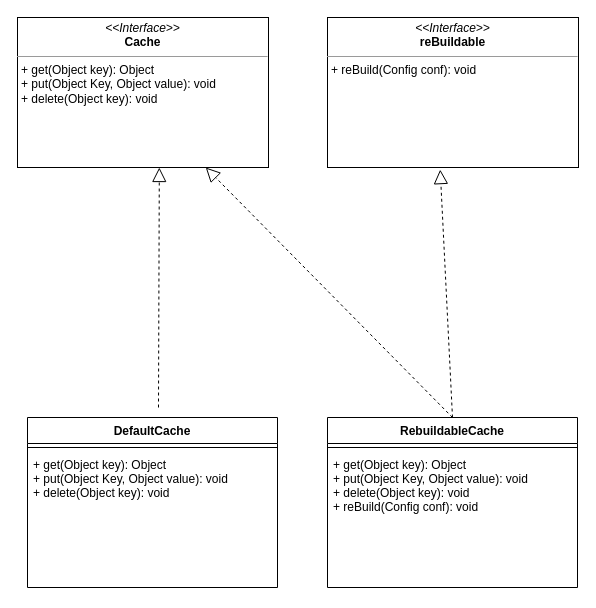
This is 第二周-Cache类图.drawio from hejian991/bigdata-notebook, a draw.io file, before an edit. Source tidied: cells renumbered, new cells numbered last; positions are measured from the earlier drawing's top-left corner, leaving out a move shared by most shapes. Both pictures are drawn from the tidied source at 100%, with x=0, y=0 at pixel (17, 17).
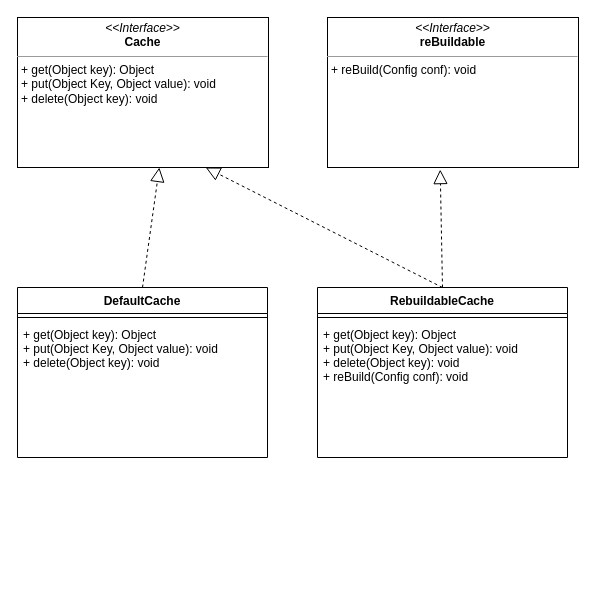
After the change.

Commit message (it also covers changes not shown here):
更新第二周-Cache类图.drawio

Change to the diagram source:
```diff
@@
 <mxGraphModel>
   <root>
     <mxCell id="0" />
     <mxCell id="1" parent="0" />
     <mxCell id="2" value="&lt;p style=&quot;margin: 0px ; margin-top: 4px ; text-align: center&quot;&gt;&lt;i&gt;&amp;lt;&amp;lt;Interface&amp;gt;&amp;gt;&lt;/i&gt;&lt;br&gt;&lt;b&gt;Cache&lt;/b&gt;&lt;/p&gt;&lt;hr size=&quot;1&quot;&gt;&lt;p style=&quot;margin: 0px ; margin-left: 4px&quot;&gt;+ get(Object key): Object&lt;br&gt;+ put(Object Key, Object value): void&lt;/p&gt;&lt;p style=&quot;margin: 0px ; margin-left: 4px&quot;&gt;+ delete(Object key): void&lt;/p&gt;" style="verticalAlign=top;align=left;overflow=fill;fontSize=12;fontFamily=Helvetica;html=1;" parent="1" vertex="1">
       <mxGeometry width="251" height="150" as="geometry" />
     </mxCell>
     <mxCell id="3" value="&lt;p style=&quot;margin: 0px ; margin-top: 4px ; text-align: center&quot;&gt;&lt;i&gt;&amp;lt;&amp;lt;Interface&amp;gt;&amp;gt;&lt;/i&gt;&lt;br&gt;&lt;b&gt;reBuildable&lt;/b&gt;&lt;/p&gt;&lt;hr size=&quot;1&quot;&gt;&lt;p style=&quot;margin: 0px ; margin-left: 4px&quot;&gt;+ reBuild(Config conf): void&lt;/p&gt;" style="verticalAlign=top;align=left;overflow=fill;fontSize=12;fontFamily=Helvetica;html=1;" parent="1" vertex="1">
       <mxGeometry x="310" width="251" height="150" as="geometry" />
     </mxCell>
     <mxCell id="4" style="endArrow=block;dashed=1;endFill=0;endSize=12;html=1;entryX=0.449;entryY=1.014;entryDx=0;entryDy=0;entryPerimeter=0;exitX=0.5;exitY=0;exitDx=0;exitDy=0;" parent="1" edge="1" source="5" target="3">
       <mxGeometry relative="1" as="geometry" />
     </mxCell>
     <mxCell id="5" value="RebuildableCache" style="swimlane;fontStyle=1;align=center;verticalAlign=top;horizontal=1;startSize=26;" parent="1" vertex="1">
-      <mxGeometry x="310" y="400" width="250" height="170" as="geometry" />
+      <mxGeometry x="300" y="270" width="250" height="170" as="geometry" />
     </mxCell>
     <mxCell id="6" style="line;strokeWidth=1;fillColor=none;align=left;verticalAlign=middle;spacingTop=-1;spacingLeft=3;spacingRight=3;labelPosition=right;" parent="5" vertex="1">
       <mxGeometry y="26" width="250" height="8" as="geometry" />
     </mxCell>
     <mxCell id="7" value="+ get(Object key): Object&#10;+ put(Object Key, Object value): void&#10;+ delete(Object key): void&#10;+ reBuild(Config conf): void" style="text;strokeColor=none;fillColor=none;align=left;verticalAlign=top;spacingLeft=4;spacingRight=4;overflow=hidden;" parent="5" vertex="1">
       <mxGeometry y="34" width="250" height="136" as="geometry" />
     </mxCell>
     <mxCell id="8" style="endArrow=block;dashed=1;endFill=0;endSize=12;html=1;entryX=0.75;entryY=1;entryDx=0;entryDy=0;exitX=0.5;exitY=0;exitDx=0;exitDy=0;" parent="1" edge="1" source="5" target="2">
       <mxGeometry relative="1" as="geometry" />
     </mxCell>
-    <mxCell id="9" style="endArrow=block;dashed=1;endFill=0;endSize=12;html=1;entryX=0.565;entryY=1;entryDx=0;entryDy=0;entryPerimeter=0;" parent="1" edge="1" target="2">
-      <mxGeometry relative="1" as="geometry">
-        <mxPoint x="141" y="390" as="sourcePoint" />
-      </mxGeometry>
+    <mxCell id="9" style="endArrow=block;dashed=1;endFill=0;endSize=12;html=1;entryX=0.565;entryY=1;entryDx=0;entryDy=0;entryPerimeter=0;exitX=0.5;exitY=0;exitDx=0;exitDy=0;" parent="1" edge="1" source="10" target="2">
+      <mxGeometry relative="1" as="geometry" />
     </mxCell>
     <mxCell id="10" value="DefaultCache" style="swimlane;fontStyle=1;align=center;verticalAlign=top;horizontal=1;startSize=26;" parent="1" vertex="1">
-      <mxGeometry x="10" y="400" width="250" height="170" as="geometry" />
+      <mxGeometry y="270" width="250" height="170" as="geometry" />
     </mxCell>
     <mxCell id="11" style="line;strokeWidth=1;fillColor=none;align=left;verticalAlign=middle;spacingTop=-1;spacingLeft=3;spacingRight=3;labelPosition=right;" parent="10" vertex="1">
       <mxGeometry y="26" width="250" height="8" as="geometry" />
     </mxCell>
     <mxCell id="12" value="+ get(Object key): Object&#10;+ put(Object Key, Object value): void&#10;+ delete(Object key): void" style="text;strokeColor=none;fillColor=none;align=left;verticalAlign=top;spacingLeft=4;spacingRight=4;overflow=hidden;" parent="10" vertex="1">
       <mxGeometry y="34" width="250" height="136" as="geometry" />
     </mxCell>
   </root>
 </mxGraphModel>
```
